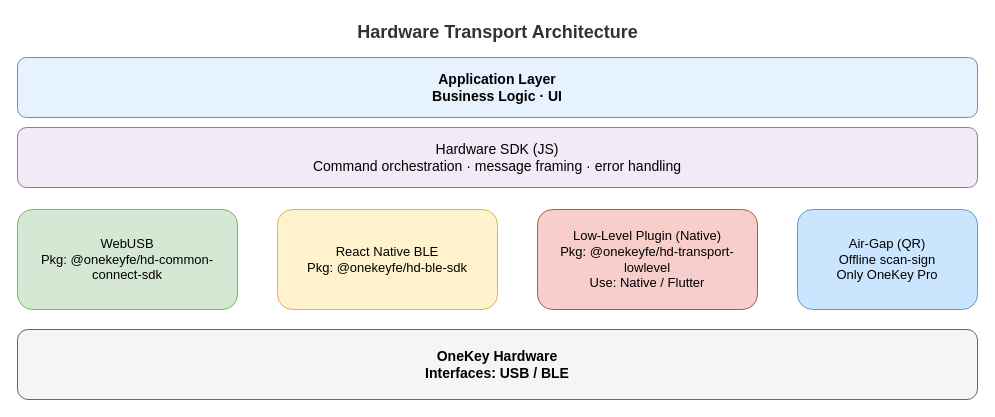
Earlier version of the draw.io diagram public/images/transport/transport-architecture-en.drawio (wabicai/onekey-developer-portal). Source tidied: cells renumbered, new cells numbered last; positions are measured from the earlier drawing's top-left corner, leaving out a move shared by most shapes. Both pictures are drawn from the tidied source at 100%, with x=0, y=0 at pixel (17, 17).
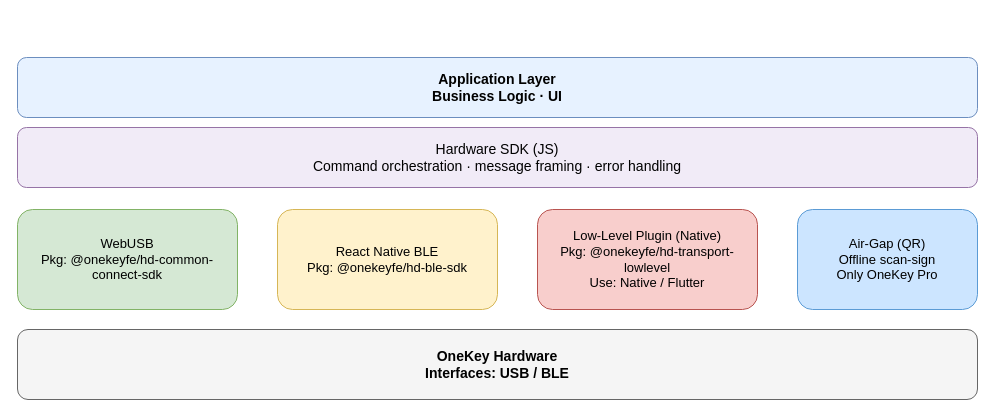
The same page after the edit.

The edit, as a diff of the source:
```diff
@@
 <mxGraphModel>
   <root>
     <mxCell id="0" />
     <mxCell id="1" parent="0" />
-    <mxCell id="2" value="Hardware Transport Architecture" style="text;html=1;align=center;verticalAlign=middle;fontSize=18;fontStyle=1;fontColor=#333333;" parent="1" vertex="1">
-      <mxGeometry x="280" width="400" height="30" as="geometry" />
-    </mxCell>
     <mxCell id="3" value="Application Layer&#10;Business Logic · UI" style="rounded=1;whiteSpace=wrap;html=1;fontSize=14;fontStyle=1;align=center;verticalAlign=middle;fillColor=#e7f2ff;strokeColor=#6c8ebf;" parent="1" vertex="1">
       <mxGeometry y="40" width="960" height="60" as="geometry" />
     </mxCell>
     <mxCell id="4" value="Hardware SDK (JS)&#10;Command orchestration · message framing · error handling" style="rounded=1;whiteSpace=wrap;html=1;fontSize=14;align=center;verticalAlign=middle;fillColor=#f1ebf7;strokeColor=#9673a6;" parent="1" vertex="1">
       <mxGeometry y="110" width="960" height="60" as="geometry" />
     </mxCell>
     <mxCell id="5" value="WebUSB&lt;br&gt;Pkg: @onekeyfe/hd-common-connect-sdk" style="rounded=1;whiteSpace=wrap;html=1;fontSize=13;align=center;verticalAlign=middle;fillColor=#d5e8d4;strokeColor=#82b366;" parent="1" vertex="1">
       <mxGeometry y="192" width="220" height="100" as="geometry" />
     </mxCell>
     <mxCell id="6" value="React Native BLE&lt;br&gt;Pkg: @onekeyfe/hd-ble-sdk" style="rounded=1;whiteSpace=wrap;html=1;fontSize=13;align=center;verticalAlign=middle;fillColor=#fff2cc;strokeColor=#d6b656;" parent="1" vertex="1">
       <mxGeometry x="260" y="192" width="220" height="100" as="geometry" />
     </mxCell>
     <mxCell id="7" value="Low-Level Plugin (Native)&#10;Pkg: @onekeyfe/hd-transport-lowlevel&#10;Use: Native / Flutter" style="rounded=1;whiteSpace=wrap;html=1;fontSize=13;align=center;verticalAlign=middle;fillColor=#f8cecc;strokeColor=#b85450;" parent="1" vertex="1">
       <mxGeometry x="520" y="192" width="220" height="100" as="geometry" />
     </mxCell>
     <mxCell id="8" value="Air-Gap (QR)&#10;Offline scan-sign&#10;Only OneKey Pro" style="rounded=1;whiteSpace=wrap;html=1;fontSize=13;align=center;verticalAlign=middle;fillColor=#cce5ff;strokeColor=#5b9bd5;" parent="1" vertex="1">
       <mxGeometry x="780" y="192" width="180" height="100" as="geometry" />
     </mxCell>
     <mxCell id="9" value="OneKey Hardware&#10;Interfaces: USB / BLE" style="rounded=1;whiteSpace=wrap;html=1;fontSize=14;fontStyle=1;align=center;verticalAlign=middle;fillColor=#f5f5f5;strokeColor=#666666;" parent="1" vertex="1">
       <mxGeometry y="312" width="960" height="70" as="geometry" />
     </mxCell>
   </root>
 </mxGraphModel>
```
